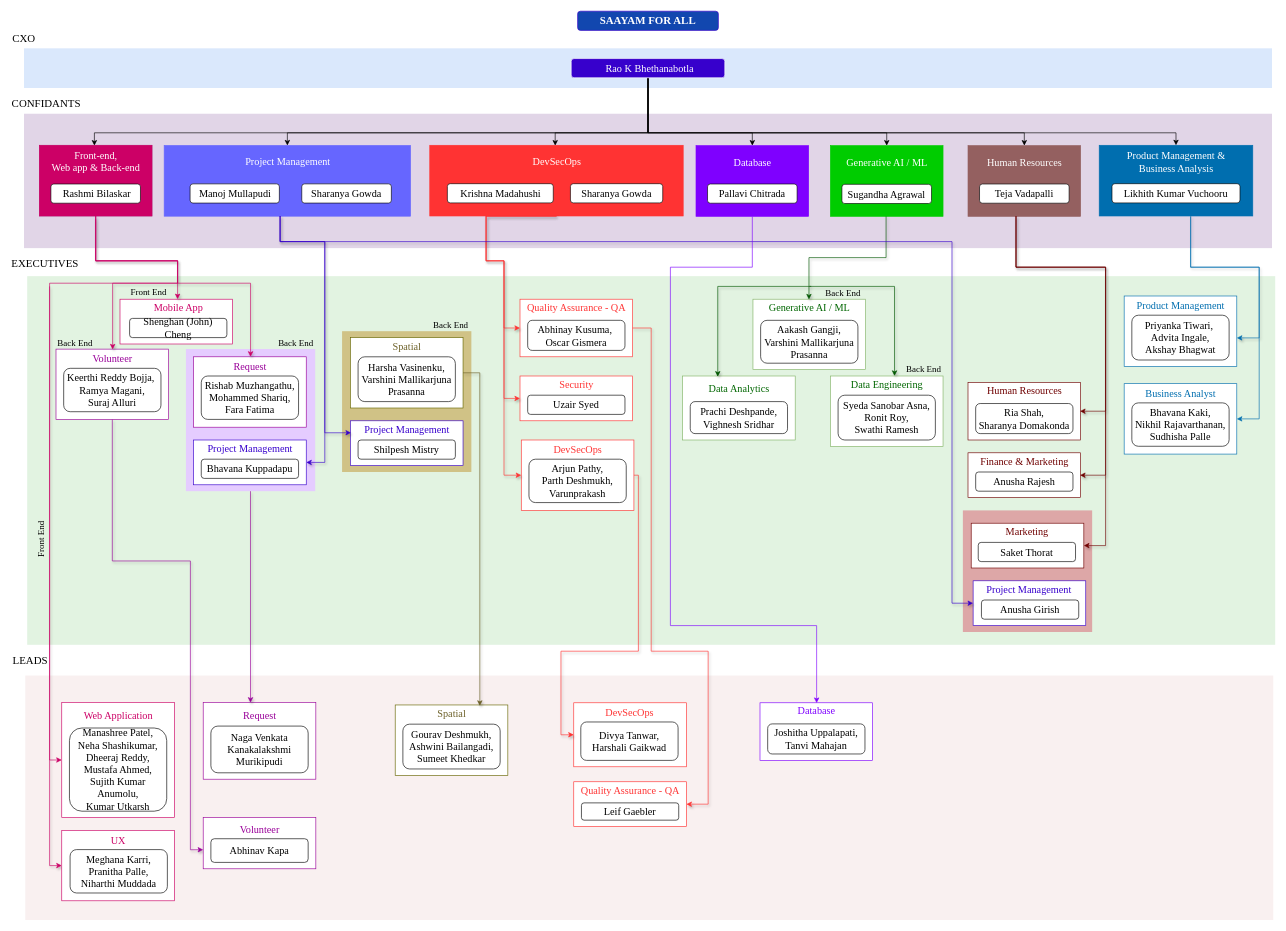
PallaviChitrada10/PallaviChitrada10 keeps this draw.io diagram as saayam_organizationchart.drawio. Above is the earlier version. Source tidied: cells renumbered, new cells numbered last; positions are measured from the earlier drawing's top-left corner, leaving out a move shared by most shapes. Both pictures are drawn from the tidied source at 64%, with x=0, y=0 at pixel (11, 11).
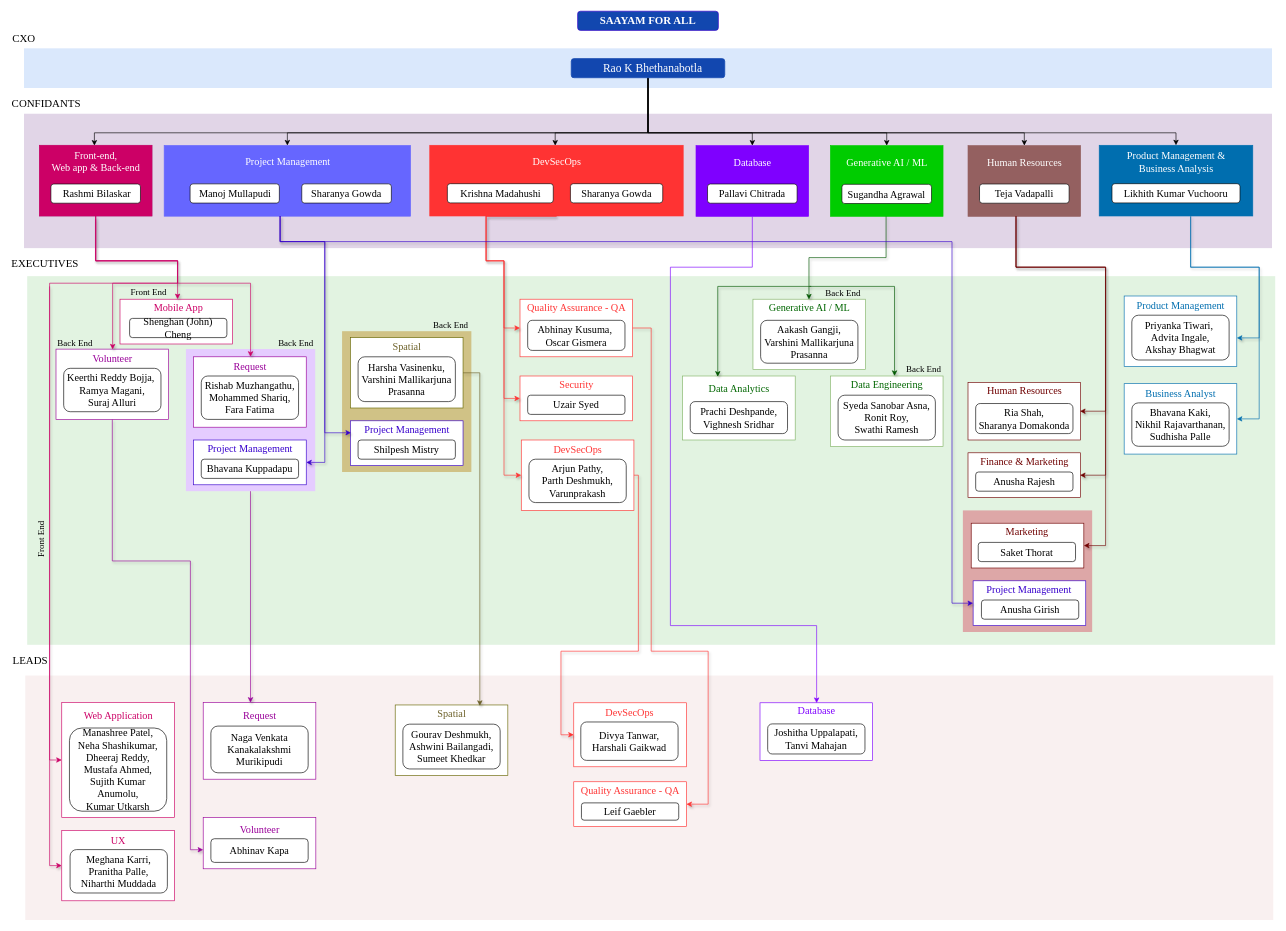
The same diagram, later.

Change to the diagram source:
```diff
@@
-    <mxCell id="14" value="&lt;p class=&quot;MsoNormal&quot; style=&quot;text-indent: 0.5in;&quot;&gt;&lt;font face=&quot;Garamond&quot; style=&quot;font-size: 16px; color: rgb(255, 255, 255);&quot;&gt;&amp;nbsp;Rao K Bhethanabotla&lt;/font&gt;&lt;/p&gt;" style="rounded=1;whiteSpace=wrap;html=1;fontFamily=Garamond;align=left;fillColor=#3700CC;strokeColor=#FFFFFF;" parent="1" vertex="1">
+    <mxCell id="14" value="&lt;p class=&quot;MsoNormal&quot; style=&quot;text-indent: 0.5in;&quot;&gt;&lt;font face=&quot;Garamond&quot; style=&quot;color: rgb(255, 255, 255); font-size: 18px;&quot;&gt;Rao K Bhethanabotla&lt;/font&gt;&lt;/p&gt;" style="rounded=1;whiteSpace=wrap;html=1;fontFamily=Garamond;align=left;fillColor=#1247AF;strokeColor=#1247AF;" parent="1" vertex="1">
       <mxGeometry x="875" y="74" width="240" height="30" as="geometry" />
     </mxCell>
```
